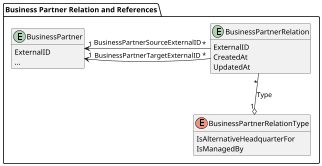
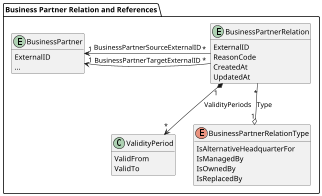
@startuml business-partner-relation

skinparam dpi 50

package "Business Partner Relation and References" {
  entity BusinessPartner {
    ExternalID
    ...
  }

  entity BusinessPartnerRelation {
    ExternalID
+     ReasonCode
    CreatedAt
    UpdatedAt
  }

-   ' Not standardized yet
-   ' class BusinessPartnerRelationState {
-   '   ValidFrom
-   '   ValidTo
-   ' }
- 
-   ' enum BusinessPartnerRelationStateType {
-   '   ACTIVE
-   '   INACTIVE
-   ' }
- 
-   ' enum BusinessPartnerRelationReason {
-   '   ReplacedDueToAcquisition
-   '   ReplacedDueToMerger
-   '   ReplacedDueToSpinOff
-   '   ReplacedDueToDivestiture
-   '   ReplacedDueToCarveOut
-   '   ReplacedDueToPrivatization
-   '   ReplacedDueToInitialPublicOffering
-   '   ReplacedDueToWrongData
-   '   ...
-   ' }
+   class ValidityPeriod {
+     ValidFrom
+     ValidTo
+   }

  enum BusinessPartnerRelationType {
    IsAlternativeHeadquarterFor
-     ' IsReplacedBy
    IsManagedBy
-     '...
+     IsOwnedBy
+     IsReplacedBy
  }

  BusinessPartnerRelation "*" -l-> "1" BusinessPartner : BusinessPartnerSourceExternalID
  BusinessPartnerRelation "*" -l-> "1" BusinessPartner : BusinessPartnerTargetExternalID
  BusinessPartnerRelation "*" -d-o "1" BusinessPartnerRelationType : Type
-   'BusinessPartnerRelation "*" -d-o "0..1" BusinessPartnerRelationReason : Reason
- 
-   'BusinessPartnerRelation "1" *-d-> "*" BusinessPartnerRelationState : States
-   'BusinessPartnerRelationState "*" -d-o "1" BusinessPartnerRelationStateType : Type
+   BusinessPartnerRelation "1" *-d-> "*" ValidityPeriod : ValidityPeriods
}

hide methods
hide BusinessPartnerRelation methods
@enduml